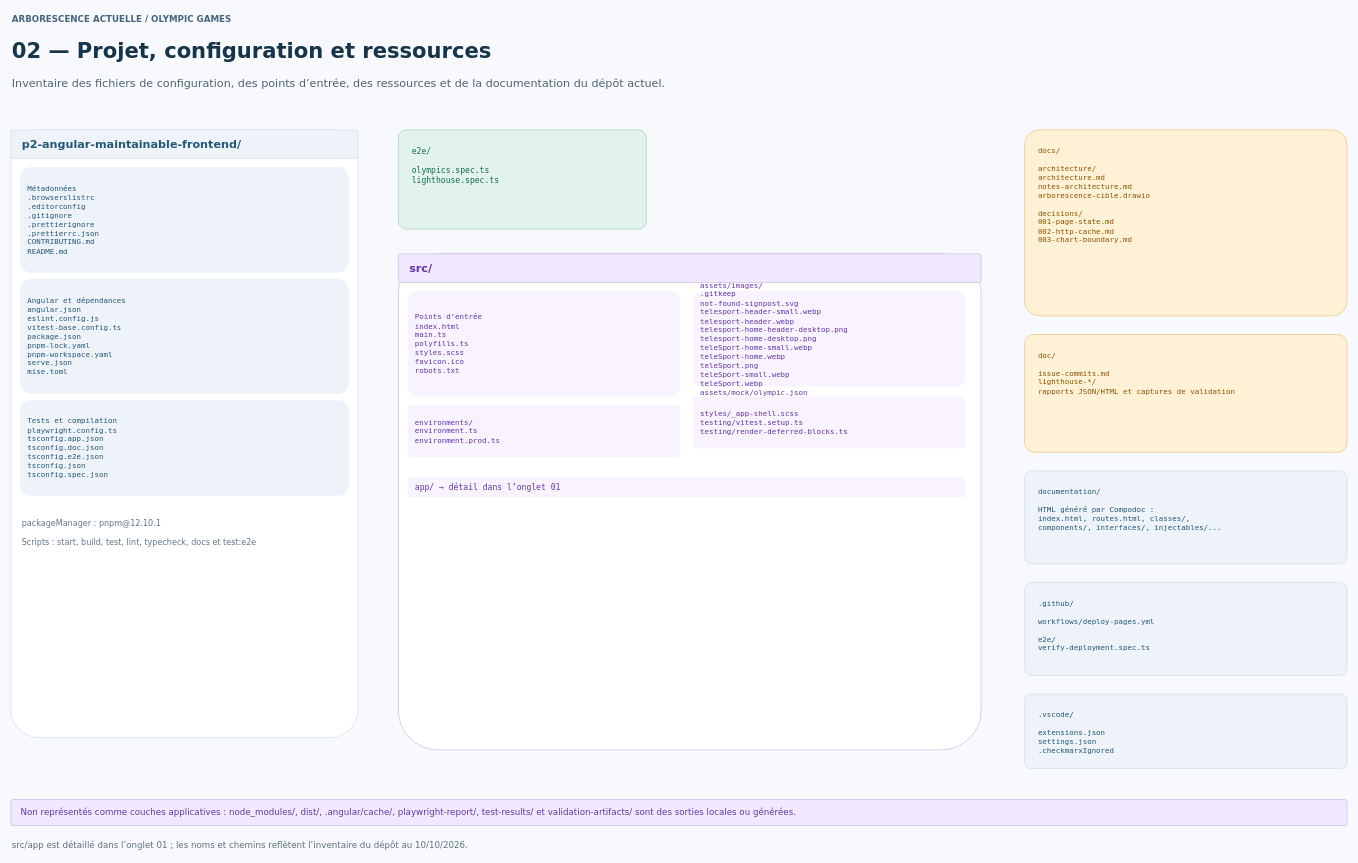
Yann-Erwann/p2-angular-maintainable-frontend keeps this draw.io diagram as page "02 — Projet, configuration et ressources" (2 of 2) of docs/architecture/arborescence-cible.drawio. Above is the earlier version. Source tidied: cells renumbered, new cells numbered last; positions are measured from the earlier drawing's top-left corner, leaving out a move shared by most shapes. Both pictures are drawn from the tidied source at 62%, with x=0, y=0 at pixel (11, 11).
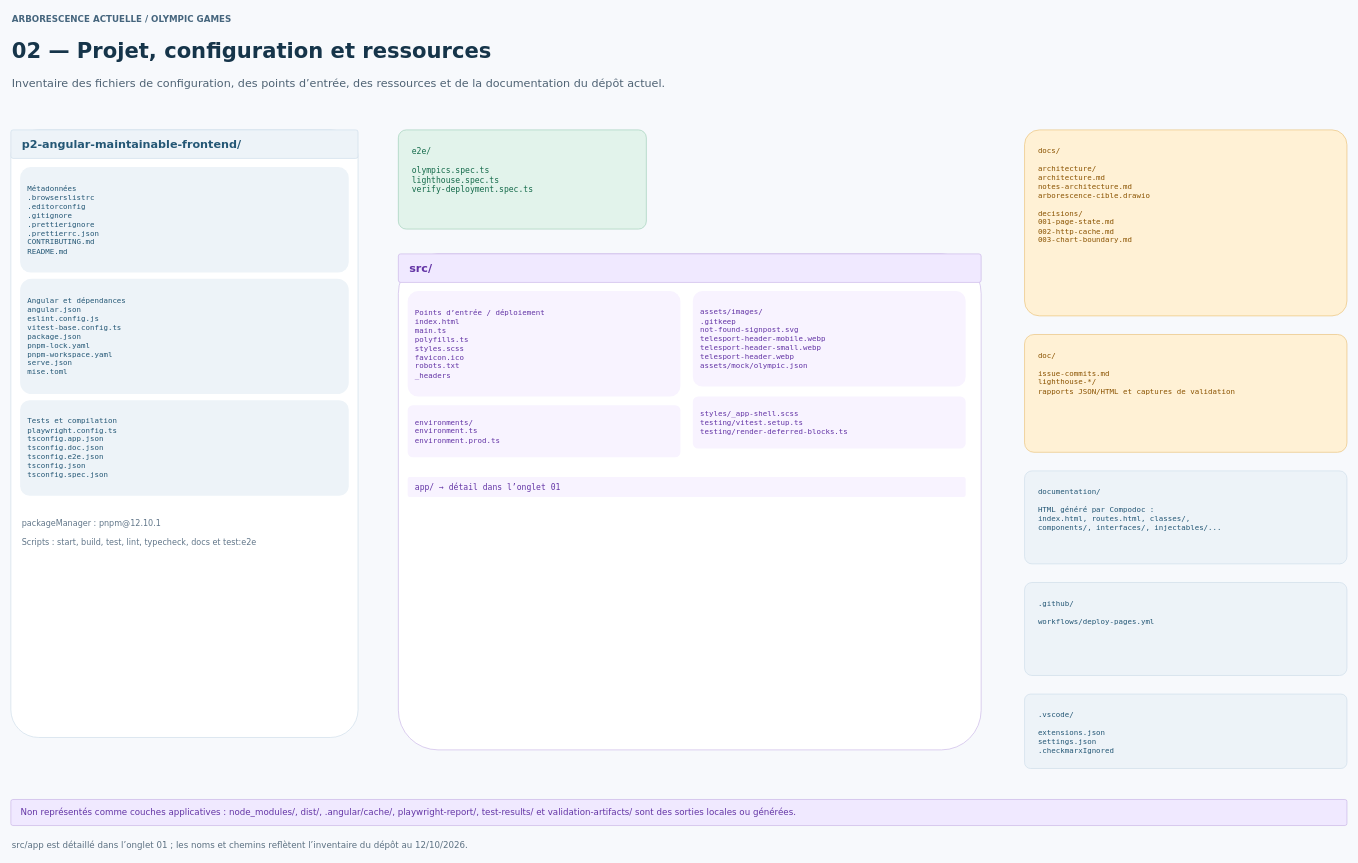
Above is the later version.

Unchanged cells that the change refers to:
```xml
<mxCell id="12" style="rounded=1;arcSize=8;html=0;whiteSpace=wrap;fillColor=#E2F3EB;strokeColor=#9BCDB4;strokeWidth=1;" parent="1" vertex="1">
  <mxGeometry x="625" y="192" width="400" height="160" as="geometry" />
</mxCell>
<mxCell id="14" style="rounded=1;arcSize=8;html=0;whiteSpace=wrap;fillColor=#FFFFFF;strokeColor=#C6B1E5;strokeWidth=1;" parent="1" vertex="1">
  <mxGeometry x="625" y="392" width="940" height="800" as="geometry" />
</mxCell>
<mxCell id="28" style="rounded=1;arcSize=8;html=0;whiteSpace=wrap;fillColor=#EDF3F8;strokeColor=#CCDCE8;strokeWidth=1;" parent="1" vertex="1">
  <mxGeometry x="1635" y="922" width="520" height="150" as="geometry" />
</mxCell>
```

Change to the diagram source:
```diff
@@
-    <mxCell id="13" value="e2e/&#10;&#10;olympics.spec.ts&#10;lighthouse.spec.ts" style="text;html=0;whiteSpace=wrap;align=left;verticalAlign=top;strokeColor=none;fillColor=none;fontFamily=DejaVu Sans Mono;fontSize=13;fontColor=#146A4A;spacingLeft=10;spacingTop=10;" parent="12" vertex="1">
+    <mxCell id="13" value="e2e/&#10;&#10;olympics.spec.ts&#10;lighthouse.spec.ts&#10;verify-deployment.spec.ts" style="text;html=0;whiteSpace=wrap;align=left;verticalAlign=top;strokeColor=none;fillColor=none;fontFamily=DejaVu Sans Mono;fontSize=13;fontColor=#146A4A;spacingLeft=10;spacingTop=10;" parent="12" vertex="1">
       <mxGeometry x="10" y="10" width="380" height="140" as="geometry" />
     </mxCell>
@@
-    <mxCell id="17" value="Points d’entrée&#10;index.html&#10;main.ts&#10;polyfills.ts&#10;styles.scss&#10;favicon.ico&#10;robots.txt" style="rounded=1;arcSize=10;whiteSpace=wrap;html=0;align=left;verticalAlign=middle;spacingLeft=10;fillColor=#F8F3FF;strokeColor=none;fontFamily=DejaVu Sans Mono;fontSize=12;fontColor=#6334A5;" parent="14" vertex="1">
+    <mxCell id="17" value="Points d’entrée / déploiement&#10;index.html&#10;main.ts&#10;polyfills.ts&#10;styles.scss&#10;favicon.ico&#10;robots.txt&#10;_headers" style="rounded=1;arcSize=10;whiteSpace=wrap;html=0;align=left;verticalAlign=middle;spacingLeft=10;fillColor=#F8F3FF;strokeColor=none;fontFamily=DejaVu Sans Mono;fontSize=12;fontColor=#6334A5;" parent="14" vertex="1">
       <mxGeometry x="15" y="60" width="440" height="170" as="geometry" />
     </mxCell>
-    <mxCell id="18" value="assets/images/&#10;.gitkeep&#10;not-found-signpost.svg&#10;telesport-header-small.webp&#10;telesport-header.webp&#10;telesport-home-header-desktop.png&#10;telesport-home-desktop.png&#10;teleSport-home-small.webp&#10;teleSport-home.webp&#10;teleSport.png&#10;teleSport-small.webp&#10;teleSport.webp&#10;assets/mock/olympic.json" style="rounded=1;arcSize=10;whiteSpace=wrap;html=0;align=left;verticalAlign=middle;spacingLeft=10;fillColor=#F8F3FF;strokeColor=none;fontFamily=DejaVu Sans Mono;fontSize=12;fontColor=#6334A5;" parent="14" vertex="1">
+    <mxCell id="18" value="assets/images/&#10;.gitkeep&#10;not-found-signpost.svg&#10;telesport-header-mobile.webp&#10;telesport-header-small.webp&#10;telesport-header.webp&#10;assets/mock/olympic.json" style="rounded=1;arcSize=10;whiteSpace=wrap;html=0;align=left;verticalAlign=middle;spacingLeft=10;fillColor=#F8F3FF;strokeColor=none;fontFamily=DejaVu Sans Mono;fontSize=12;fontColor=#6334A5;" parent="14" vertex="1">
       <mxGeometry x="475" y="60" width="440" height="154" as="geometry" />
     </mxCell>
@@
-    <mxCell id="29" value=".github/&#10;&#10;workflows/deploy-pages.yml&#10;&#10;e2e/&#10;verify-deployment.spec.ts" style="text;html=0;whiteSpace=wrap;align=left;verticalAlign=top;strokeColor=none;fillColor=none;fontFamily=DejaVu Sans Mono;fontSize=12;fontColor=#245775;spacingLeft=10;spacingTop=10;" parent="28" vertex="1">
+    <mxCell id="29" value=".github/&#10;&#10;workflows/deploy-pages.yml" style="text;html=0;whiteSpace=wrap;align=left;verticalAlign=top;strokeColor=none;fillColor=none;fontFamily=DejaVu Sans Mono;fontSize=12;fontColor=#245775;spacingLeft=10;spacingTop=10;" parent="28" vertex="1">
       <mxGeometry x="10" y="10" width="500" height="130" as="geometry" />
     </mxCell>
@@
-    <mxCell id="33" value="src/app est détaillé dans l’onglet 01 ; les noms et chemins reflètent l’inventaire du dépôt au 10/10/2026." style="text;html=0;whiteSpace=wrap;align=left;verticalAlign=middle;strokeColor=none;fillColor=none;fontFamily=DejaVu Sans;fontSize=14;fontColor=#5B7081;" parent="1" vertex="1">
+    <mxCell id="33" value="src/app est détaillé dans l’onglet 01 ; les noms et chemins reflètent l’inventaire du dépôt au 12/10/2026." style="text;html=0;whiteSpace=wrap;align=left;verticalAlign=middle;strokeColor=none;fillColor=none;fontFamily=DejaVu Sans;fontSize=14;fontColor=#5B7081;" parent="1" vertex="1">
       <mxGeometry y="1332" width="2070" height="26" as="geometry" />
     </mxCell>
```
